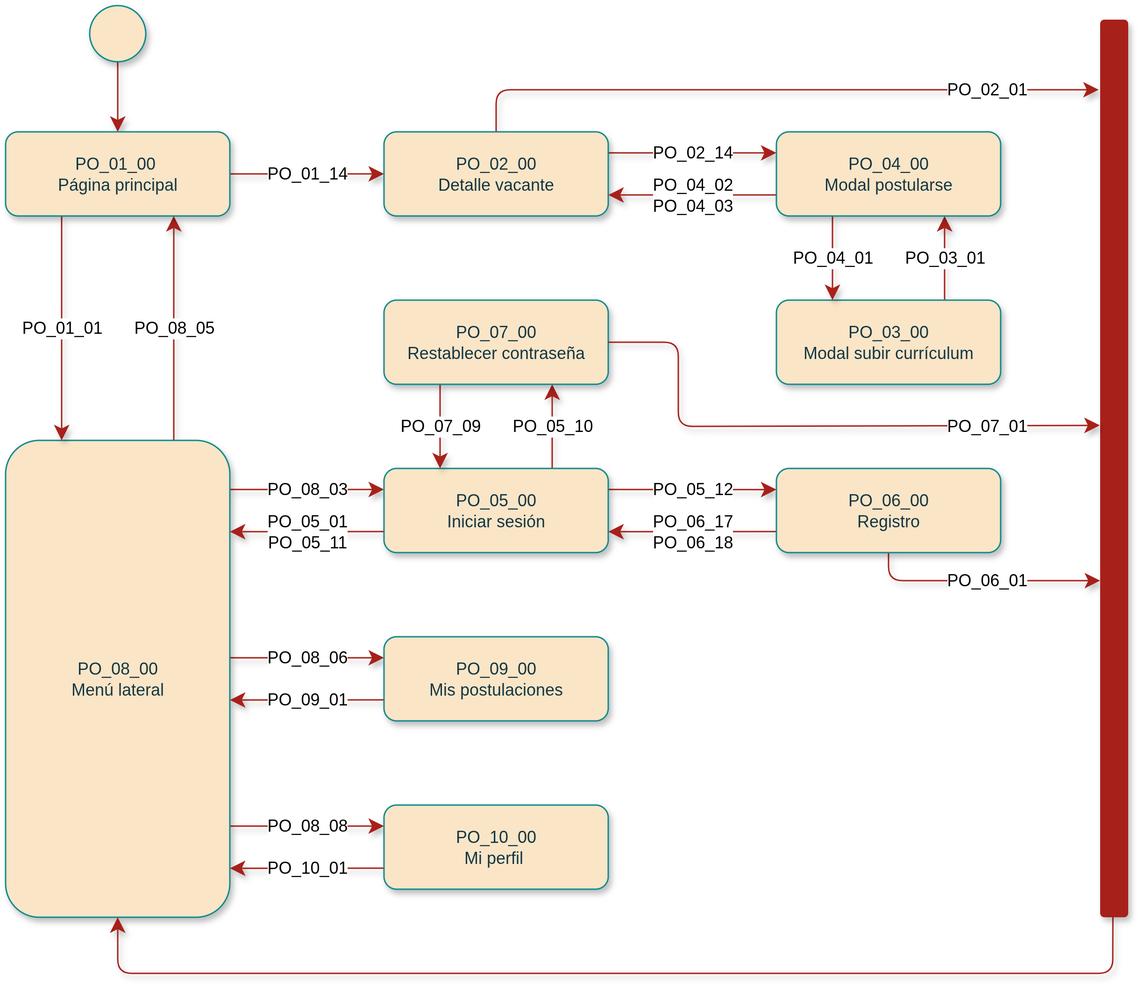
Above: Informe/TransiciónEscenarios/Postulante.drawio.png in LeandroMurillo/Trabajo-Graduacion (draw.io), before the change. Source tidied: cells renumbered, new cells last; positions are measured from the earlier drawing's top-left corner, leaving out a move shared by most shapes.
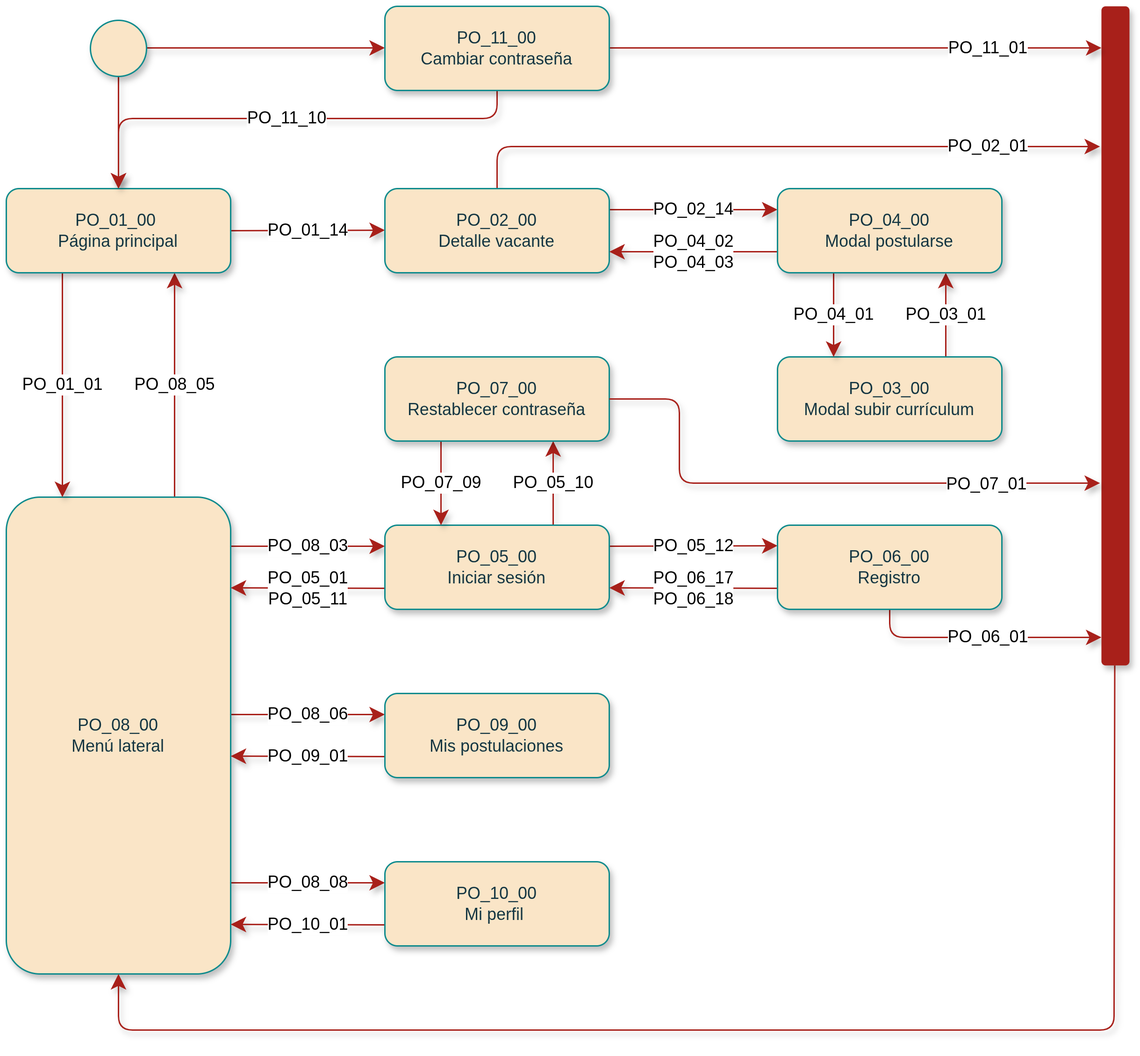
Above is the later version.

Diff of the diagram source:
```diff
@@ -8,8 +8,11 @@
     <mxCell id="3" style="edgeLabel;html=1;align=center;verticalAlign=middle;fontSize=12;fontFamily=Arimo Nerd Font;fontColor=default;labelBackgroundColor=default;" parent="2" vertex="1">
       <mxGeometry x="-0.11" y="1" relative="1" as="geometry" />
     </mxCell>
+    <mxCell id="37" style="edgeStyle=elbowEdgeStyle;shape=connector;curved=0;rounded=1;jumpStyle=arc;jettySize=auto;elbow=vertical;html=1;entryX=0;entryY=0.5;entryDx=0;entryDy=0;shadow=1;strokeColor=#A8201A;align=center;verticalAlign=middle;fontFamily=Arimo Nerd Font;fontSize=12;fontColor=default;labelBackgroundColor=default;startSize=8;endArrow=classic;endSize=8;" parent="1" edge="1" source="4" target="40">
+      <mxGeometry relative="1" as="geometry" />
+    </mxCell>
     <mxCell id="4" style="ellipse;whiteSpace=wrap;rounded=1;labelBackgroundColor=none;fillColor=#FAE5C7;strokeColor=#0F8B8D;fontColor=#143642;fontFamily=Arimo Nerd Font;html=1;shadow=1;" parent="1" vertex="1">
-      <mxGeometry x="60" width="40" height="40" as="geometry" />
+      <mxGeometry x="60" y="-30" width="40" height="40" as="geometry" />
     </mxCell>
     <mxCell id="5" value="PO_08_05" style="edgeStyle=elbowEdgeStyle;shape=connector;curved=0;rounded=1;jumpStyle=arc;jettySize=auto;elbow=vertical;html=1;exitX=0.75;exitY=0;exitDx=0;exitDy=0;entryX=0.75;entryY=1;entryDx=0;entryDy=0;shadow=1;strokeColor=#A8201A;align=center;verticalAlign=middle;fontFamily=Arimo Nerd Font;fontSize=12;fontColor=default;labelBackgroundColor=default;startSize=8;endArrow=classic;endSize=8;" parent="1" edge="1" source="9" target="12">
       <mxGeometry relative="1" as="geometry" />
@@ -137,15 +140,29 @@
       </mxGeometry>
     </mxCell>
     <mxCell id="35" style="rounded=1;whiteSpace=wrap;labelBackgroundColor=none;fillColor=#A8201A;strokeColor=none;fontColor=#143642;fontFamily=Arimo Nerd Font;html=1;shadow=1;" parent="1" vertex="1">
-      <mxGeometry x="781" y="10" width="20" height="640" as="geometry" />
+      <mxGeometry x="781" y="-40" width="20" height="470" as="geometry" />
     </mxCell>
-    <mxCell id="36" value="PO_07_01" style="shape=connector;rounded=1;jumpStyle=arc;jettySize=auto;elbow=vertical;html=1;shadow=1;strokeColor=#A8201A;align=center;verticalAlign=middle;fontFamily=Arimo Nerd Font;fontSize=12;fontColor=default;labelBackgroundColor=default;startSize=8;endArrow=classic;endSize=8;entryX=-0.013;entryY=0.452;entryDx=0;entryDy=0;entryPerimeter=0;" parent="1" edge="1" source="33" target="35">
+    <mxCell id="36" value="PO_07_01" style="shape=connector;rounded=1;jumpStyle=arc;jettySize=auto;elbow=vertical;html=1;shadow=1;strokeColor=#A8201A;align=center;verticalAlign=middle;fontFamily=Arimo Nerd Font;fontSize=12;fontColor=default;labelBackgroundColor=default;startSize=8;endArrow=classic;endSize=8;" parent="1" edge="1" source="33">
       <mxGeometry x="0.61" y="-1" relative="1" as="geometry">
+        <mxPoint x="780" y="300" as="targetPoint" />
         <Array as="points">
           <mxPoint x="480" y="240" />
           <mxPoint x="480" y="300" />
         </Array>
       </mxGeometry>
     </mxCell>
+    <mxCell id="38" value="PO_11_10" style="edgeStyle=elbowEdgeStyle;shape=connector;curved=0;rounded=1;jumpStyle=arc;jettySize=auto;elbow=vertical;html=1;entryX=0.5;entryY=0;entryDx=0;entryDy=0;shadow=1;strokeColor=#A8201A;align=center;verticalAlign=middle;fontFamily=Arimo Nerd Font;fontSize=12;fontColor=default;labelBackgroundColor=default;startSize=8;endArrow=classic;endSize=8;" parent="1" edge="1" source="40" target="12">
+      <mxGeometry relative="1" as="geometry">
+        <Array as="points">
+          <mxPoint x="220" y="40" />
+        </Array>
+      </mxGeometry>
+    </mxCell>
+    <mxCell id="39" value="PO_11_01" style="edgeStyle=elbowEdgeStyle;shape=connector;curved=0;rounded=1;jumpStyle=arc;jettySize=auto;elbow=vertical;html=1;shadow=1;strokeColor=#A8201A;align=center;verticalAlign=middle;fontFamily=Arimo Nerd Font;fontSize=12;fontColor=default;labelBackgroundColor=default;startSize=8;endArrow=classic;endSize=8;" parent="1" edge="1" source="40" target="35">
+      <mxGeometry x="0.54" relative="1" as="geometry" />
+    </mxCell>
+    <mxCell id="40" value="PO_11_00&lt;br&gt;Cambiar contraseña" style="rounded=1;whiteSpace=wrap;labelBackgroundColor=none;fillColor=#FAE5C7;strokeColor=#0F8B8D;fontColor=#143642;fontFamily=Arimo Nerd Font;html=1;shadow=1;" parent="1" vertex="1">
+      <mxGeometry x="270" y="-40" width="160" height="60" as="geometry" />
+    </mxCell>
   </root>
 </mxGraphModel>
```
